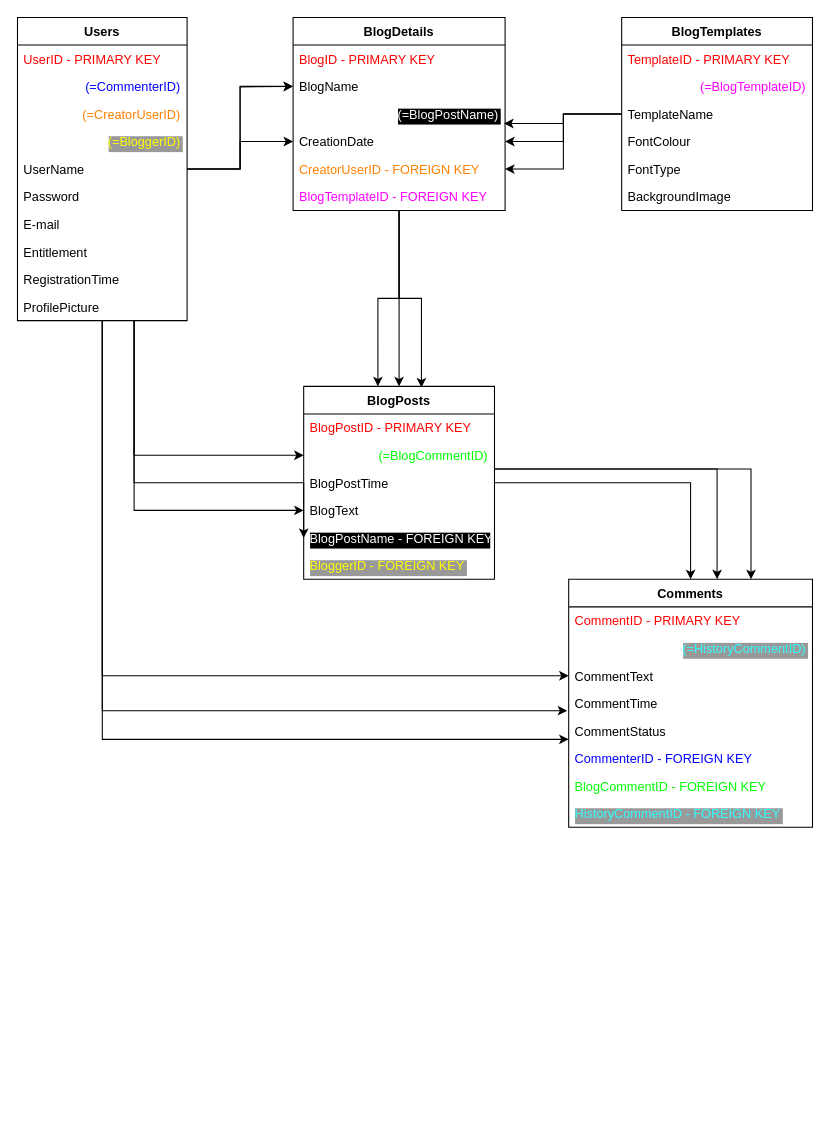
BKKrisztina/HomeWork keeps this draw.io diagram as Untitled Diagram.drawio. Above is the earlier version. Source tidied: cells renumbered, new cells numbered last; positions are measured from the earlier drawing's top-left corner, leaving out a move shared by most shapes. Both pictures are drawn from the tidied source at 106%, with x=0, y=0 at pixel (17, 17).
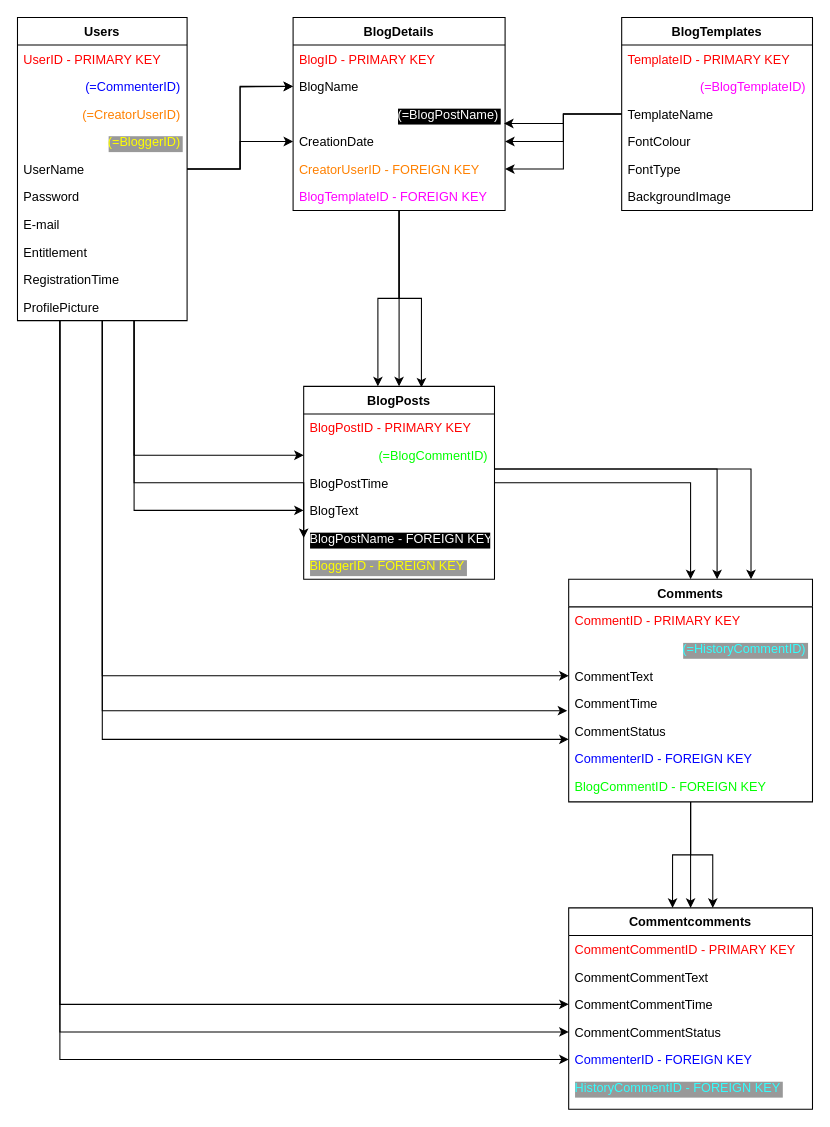
Above is the later version.

Commit message:
Update DatabaseDiagram.commentcomment table

Unchanged cells that the change refers to:
```xml
<mxCell id="11" value="Users" style="swimlane;fontStyle=1;align=center;verticalAlign=top;horizontal=1;startSize=26;rounded=0;shadow=0;strokeWidth=1;" parent="1" vertex="1">
  <mxGeometry width="160" height="286" as="geometry" />
</mxCell>
```

Change to the diagram source:
```diff
@@
+    <mxCell id="61" style="edgeStyle=orthogonalEdgeStyle;rounded=0;jettySize=auto;html=1;entryX=0;entryY=0.5;entryDx=0;entryDy=0;fontColor=#FFFFFF;" parent="1" edge="1" source="11" target="71">
+      <mxGeometry relative="1" as="geometry">
+        <Array as="points">
+          <mxPoint x="40" y="957" />
+        </Array>
+      </mxGeometry>
+    </mxCell>
+    <mxCell id="62" style="edgeStyle=orthogonalEdgeStyle;rounded=0;jettySize=auto;html=1;fontColor=#FFFFFF;" parent="1" edge="1" source="11" target="70">
+      <mxGeometry relative="1" as="geometry">
+        <Array as="points">
+          <mxPoint x="40" y="931" />
+        </Array>
+      </mxGeometry>
+    </mxCell>
+    <mxCell id="63" style="edgeStyle=orthogonalEdgeStyle;rounded=0;jettySize=auto;html=1;entryX=0;entryY=0.5;entryDx=0;entryDy=0;fontColor=#FFFFFF;" parent="1" edge="1" source="11" target="72">
+      <mxGeometry relative="1" as="geometry">
+        <Array as="points">
+          <mxPoint x="40" y="983" />
+        </Array>
+      </mxGeometry>
+    </mxCell>
@@
+    <mxCell id="64" style="edgeStyle=orthogonalEdgeStyle;rounded=0;jettySize=auto;html=1;entryX=0.5;entryY=0;entryDx=0;entryDy=0;fontColor=#FFFFFF;" parent="1" edge="1" source="32" target="67">
+      <mxGeometry relative="1" as="geometry" />
+    </mxCell>
+    <mxCell id="65" style="edgeStyle=orthogonalEdgeStyle;rounded=0;jettySize=auto;html=1;entryX=0.591;entryY=0;entryDx=0;entryDy=0;entryPerimeter=0;fontColor=#FFFFFF;" parent="1" edge="1" source="32" target="67">
+      <mxGeometry relative="1" as="geometry" />
+    </mxCell>
+    <mxCell id="66" style="edgeStyle=orthogonalEdgeStyle;rounded=0;jettySize=auto;html=1;entryX=0.426;entryY=0;entryDx=0;entryDy=0;entryPerimeter=0;fontColor=#FFFFFF;" parent="1" edge="1" source="32" target="67">
+      <mxGeometry relative="1" as="geometry" />
+    </mxCell>
     <mxCell id="32" value="Comments" style="swimlane;fontStyle=1;align=center;verticalAlign=top;horizontal=1;startSize=26;rounded=0;shadow=0;strokeWidth=1;" parent="1" vertex="1">
-      <mxGeometry x="520" y="530" width="230" height="234" as="geometry" />
+      <mxGeometry x="520" y="530" width="230" height="210" as="geometry" />
     </mxCell>
@@
-    <mxCell id="40" value="HistoryCommentID - FOREIGN KEY" style="text;align=left;verticalAlign=top;spacingLeft=4;spacingRight=4;overflow=hidden;fontColor=#33FFFF;labelBackgroundColor=#999999;" parent="32" vertex="1">
-      <mxGeometry y="208" width="230" height="26" as="geometry" />
-    </mxCell>
@@
+    <mxCell id="67" value="Commentcomments" style="swimlane;fontStyle=1;align=center;verticalAlign=top;horizontal=1;startSize=26;rounded=0;shadow=0;strokeWidth=1;" parent="1" vertex="1">
+      <mxGeometry x="520" y="840" width="230" height="190" as="geometry" />
+    </mxCell>
+    <mxCell id="68" value="CommentCommentID - PRIMARY KEY" style="text;align=left;verticalAlign=top;spacingLeft=4;spacingRight=4;overflow=hidden;fontColor=#FF0000;" parent="67" vertex="1">
+      <mxGeometry y="26" width="230" height="26" as="geometry" />
+    </mxCell>
+    <mxCell id="69" value="CommentCommentText" style="text;align=left;verticalAlign=top;spacingLeft=4;spacingRight=4;overflow=hidden;" parent="67" vertex="1">
+      <mxGeometry y="52" width="230" height="26" as="geometry" />
+    </mxCell>
+    <mxCell id="70" value="CommentCommentTime" style="text;align=left;verticalAlign=top;spacingLeft=4;spacingRight=4;overflow=hidden;points=[[0,0.5],[1,0.5]];portConstraint=eastwest;" parent="67" vertex="1">
+      <mxGeometry y="78" width="230" height="26" as="geometry" />
+    </mxCell>
+    <mxCell id="71" value="CommentCommentStatus&#10;" style="text;align=left;verticalAlign=top;spacingLeft=4;spacingRight=4;overflow=hidden;points=[[0,0.5],[1,0.5]];portConstraint=eastwest;" parent="67" vertex="1">
+      <mxGeometry y="104" width="230" height="26" as="geometry" />
+    </mxCell>
+    <mxCell id="72" value="CommenterID - FOREIGN KEY" style="text;align=left;verticalAlign=top;spacingLeft=4;spacingRight=4;overflow=hidden;points=[[0,0.5],[1,0.5]];portConstraint=eastwest;fontColor=#0000FF;" parent="67" vertex="1">
+      <mxGeometry y="130" width="230" height="26" as="geometry" />
+    </mxCell>
+    <mxCell id="40" value="HistoryCommentID - FOREIGN KEY" style="text;align=left;verticalAlign=top;spacingLeft=4;spacingRight=4;overflow=hidden;fontColor=#33FFFF;labelBackgroundColor=#999999;" parent="67" vertex="1">
+      <mxGeometry y="156" width="230" height="26" as="geometry" />
+    </mxCell>
```
